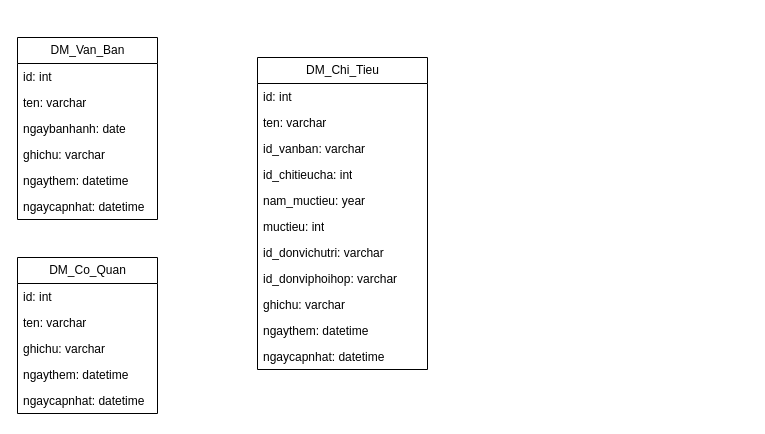
Before: csdlcnttbcvt.drawio in pnptai94/giaydiduongbluezone, a draw.io diagram. Source tidied: cells renumbered, new cells numbered last; positions are measured from the earlier drawing's top-left corner, leaving out a move shared by most shapes. Both pictures are drawn from the tidied source at 100%, with x=0, y=0 at pixel (17, 37).
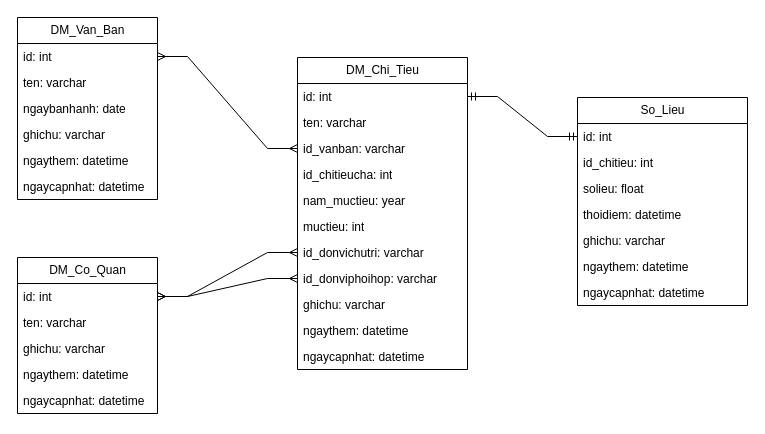
The same page after the edit.

Unchanged cells that the change refers to:
```xml
<mxCell id="3" value="id: int" style="text;strokeColor=none;fillColor=none;align=left;verticalAlign=top;spacingLeft=4;spacingRight=4;overflow=hidden;points=[[0,0.5],[1,0.5]];portConstraint=eastwest;whiteSpace=wrap;html=1;" parent="2" vertex="1">
  <mxGeometry y="26" width="140" height="26" as="geometry" />
</mxCell>
<mxCell id="10" value="id: int" style="text;strokeColor=none;fillColor=none;align=left;verticalAlign=top;spacingLeft=4;spacingRight=4;overflow=hidden;points=[[0,0.5],[1,0.5]];portConstraint=eastwest;whiteSpace=wrap;html=1;" parent="9" vertex="1">
  <mxGeometry y="26" width="170" height="26" as="geometry" />
</mxCell>
<mxCell id="12" value="id_vanban: varchar" style="text;strokeColor=none;fillColor=none;align=left;verticalAlign=top;spacingLeft=4;spacingRight=4;overflow=hidden;points=[[0,0.5],[1,0.5]];portConstraint=eastwest;whiteSpace=wrap;html=1;" parent="9" vertex="1">
  <mxGeometry y="78" width="170" height="26" as="geometry" />
</mxCell>
<mxCell id="16" value="id_donvichutri: varchar" style="text;strokeColor=none;fillColor=none;align=left;verticalAlign=top;spacingLeft=4;spacingRight=4;overflow=hidden;points=[[0,0.5],[1,0.5]];portConstraint=eastwest;whiteSpace=wrap;html=1;" parent="9" vertex="1">
  <mxGeometry y="182" width="170" height="26" as="geometry" />
</mxCell>
<mxCell id="17" value="id_donviphoihop: varchar" style="text;strokeColor=none;fillColor=none;align=left;verticalAlign=top;spacingLeft=4;spacingRight=4;overflow=hidden;points=[[0,0.5],[1,0.5]];portConstraint=eastwest;whiteSpace=wrap;html=1;" parent="9" vertex="1">
  <mxGeometry y="208" width="170" height="26" as="geometry" />
</mxCell>
<mxCell id="22" value="id: int" style="text;strokeColor=none;fillColor=none;align=left;verticalAlign=top;spacingLeft=4;spacingRight=4;overflow=hidden;points=[[0,0.5],[1,0.5]];portConstraint=eastwest;whiteSpace=wrap;html=1;" parent="21" vertex="1">
  <mxGeometry y="26" width="140" height="26" as="geometry" />
</mxCell>
```

Change to the diagram source:
```diff
@@
     <mxCell id="2" value="DM_Van_Ban" style="swimlane;fontStyle=0;horizontal=1;startSize=26;fillColor=none;html=1;" parent="1" vertex="1">
-      <mxGeometry width="140" height="182" as="geometry" />
+      <mxGeometry y="-20" width="140" height="182" as="geometry" />
     </mxCell>
@@
     <mxCell id="9" value="DM_Chi_Tieu" style="swimlane;fontStyle=0;horizontal=1;startSize=26;fillColor=none;html=1;" parent="1" vertex="1">
-      <mxGeometry x="240" y="20" width="170" height="312" as="geometry" />
+      <mxGeometry x="280" y="20" width="170" height="312" as="geometry" />
     </mxCell>
@@
+    <mxCell id="27" value="So_Lieu" style="swimlane;fontStyle=0;horizontal=1;startSize=26;fillColor=none;html=1;" parent="1" vertex="1">
+      <mxGeometry x="560" y="60" width="170" height="208" as="geometry" />
+    </mxCell>
+    <mxCell id="28" value="id: int" style="text;strokeColor=none;fillColor=none;align=left;verticalAlign=top;spacingLeft=4;spacingRight=4;overflow=hidden;points=[[0,0.5],[1,0.5]];portConstraint=eastwest;whiteSpace=wrap;html=1;" parent="27" vertex="1">
+      <mxGeometry y="26" width="170" height="26" as="geometry" />
+    </mxCell>
+    <mxCell id="29" value="id_chitieu: int" style="text;strokeColor=none;fillColor=none;align=left;verticalAlign=top;spacingLeft=4;spacingRight=4;overflow=hidden;whiteSpace=wrap;html=1;" parent="27" vertex="1">
+      <mxGeometry y="52" width="170" height="26" as="geometry" />
+    </mxCell>
+    <mxCell id="30" value="solieu: float" style="text;strokeColor=none;fillColor=none;align=left;verticalAlign=top;spacingLeft=4;spacingRight=4;overflow=hidden;whiteSpace=wrap;html=1;" parent="27" vertex="1">
+      <mxGeometry y="78" width="170" height="26" as="geometry" />
+    </mxCell>
+    <mxCell id="31" value="thoidiem: datetime" style="text;strokeColor=none;fillColor=none;align=left;verticalAlign=top;spacingLeft=4;spacingRight=4;overflow=hidden;whiteSpace=wrap;html=1;" parent="27" vertex="1">
+      <mxGeometry y="104" width="170" height="26" as="geometry" />
+    </mxCell>
+    <mxCell id="32" value="ghichu: varchar" style="text;strokeColor=none;fillColor=none;align=left;verticalAlign=top;spacingLeft=4;spacingRight=4;overflow=hidden;whiteSpace=wrap;html=1;" parent="27" vertex="1">
+      <mxGeometry y="130" width="170" height="26" as="geometry" />
+    </mxCell>
+    <mxCell id="33" value="ngaythem: datetime" style="text;strokeColor=none;fillColor=none;align=left;verticalAlign=top;spacingLeft=4;spacingRight=4;overflow=hidden;whiteSpace=wrap;html=1;" parent="27" vertex="1">
+      <mxGeometry y="156" width="170" height="26" as="geometry" />
+    </mxCell>
+    <mxCell id="34" value="ngaycapnhat: datetime" style="text;strokeColor=none;fillColor=none;align=left;verticalAlign=top;spacingLeft=4;spacingRight=4;overflow=hidden;whiteSpace=wrap;html=1;" parent="27" vertex="1">
+      <mxGeometry y="182" width="170" height="26" as="geometry" />
+    </mxCell>
+    <mxCell id="35" style="edgeStyle=entityRelationEdgeStyle;fontSize=12;html=1;endArrow=ERmany;startArrow=ERmany;rounded=0;exitX=1;exitY=0.5;exitDx=0;exitDy=0;entryX=0;entryY=0.5;entryDx=0;entryDy=0;" parent="1" edge="1" source="3" target="12">
+      <mxGeometry relative="1" as="geometry" />
+    </mxCell>
+    <mxCell id="36" style="edgeStyle=entityRelationEdgeStyle;fontSize=12;html=1;endArrow=ERmany;startArrow=ERmany;rounded=0;exitX=1;exitY=0.5;exitDx=0;exitDy=0;entryX=0;entryY=0.5;entryDx=0;entryDy=0;" parent="1" edge="1" source="22" target="16">
+      <mxGeometry relative="1" as="geometry" />
+    </mxCell>
+    <mxCell id="37" style="edgeStyle=entityRelationEdgeStyle;fontSize=12;html=1;endArrow=ERmany;startArrow=ERmany;rounded=0;exitX=1;exitY=0.5;exitDx=0;exitDy=0;entryX=0;entryY=0.5;entryDx=0;entryDy=0;" parent="1" edge="1" source="22" target="17">
+      <mxGeometry relative="1" as="geometry" />
+    </mxCell>
+    <mxCell id="38" style="edgeStyle=entityRelationEdgeStyle;fontSize=12;html=1;endArrow=ERmandOne;startArrow=ERmandOne;rounded=0;exitX=1;exitY=0.5;exitDx=0;exitDy=0;entryX=0;entryY=0.5;entryDx=0;entryDy=0;" parent="1" edge="1" source="10" target="28">
+      <mxGeometry relative="1" as="geometry" />
+    </mxCell>
```
